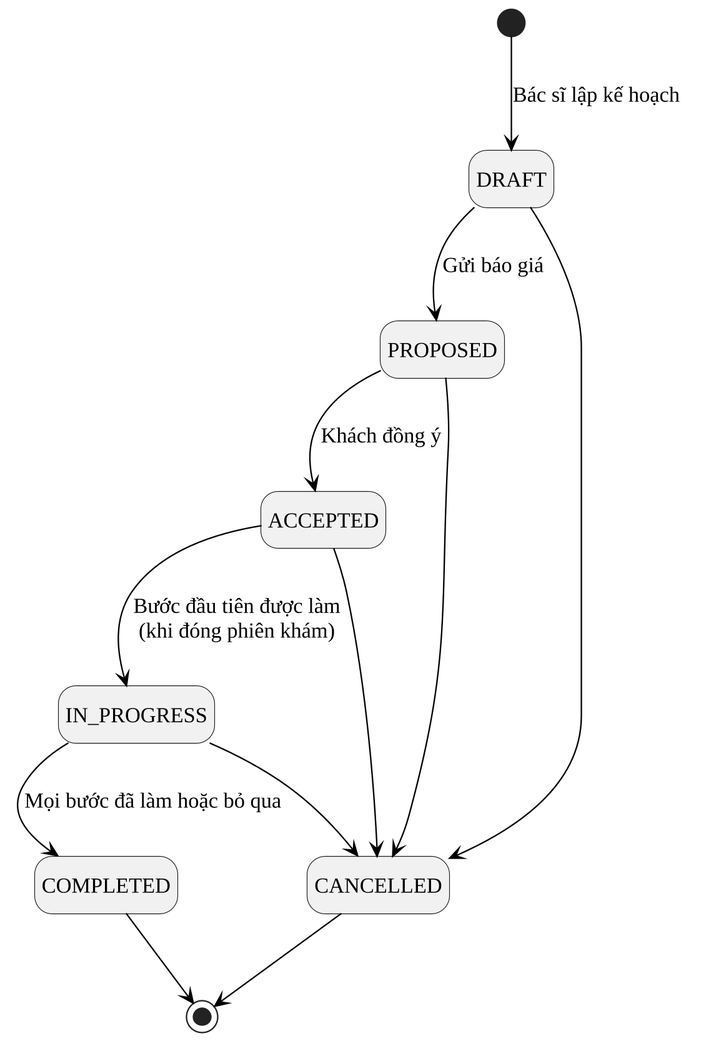
Above: docs/10_Thesis/bao-cao/hinh/3-15-trang-thai-ke-hoach.png in Trantuan0310/dental-clinic-nestjs-react (PlantUML), before the change. The source it was exported from:
```plantuml
@startuml
!include _kieu.iuml
hide empty description
[*] --> DRAFT : Bác sĩ lập kế hoạch
DRAFT --> PROPOSED : Gửi báo giá
PROPOSED --> ACCEPTED : Khách đồng ý
ACCEPTED --> IN_PROGRESS : Bước đầu tiên được làm\n(khi đóng phiên khám)
IN_PROGRESS --> COMPLETED : Mọi bước đã làm hoặc bỏ qua
DRAFT --> CANCELLED
PROPOSED --> CANCELLED
ACCEPTED --> CANCELLED
IN_PROGRESS --> CANCELLED
COMPLETED --> [*]
CANCELLED --> [*]
@enduml
```
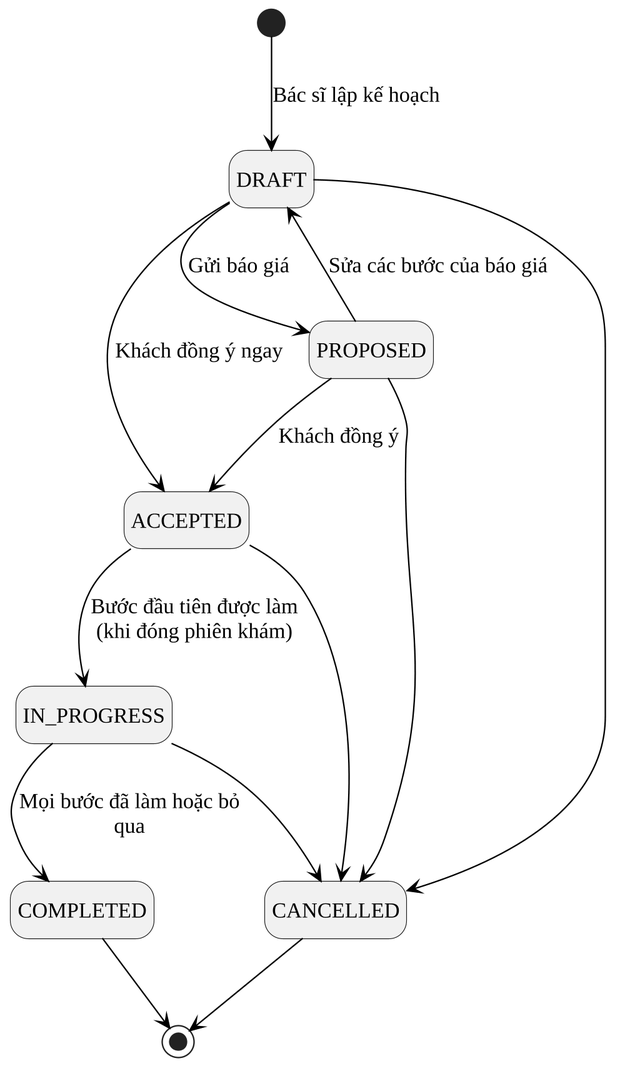
After the commit.

Change to the diagram source:
```diff
@@ -4,6 +4,8 @@
 [*] --> DRAFT : Bác sĩ lập kế hoạch
 DRAFT --> PROPOSED : Gửi báo giá
 PROPOSED --> ACCEPTED : Khách đồng ý
+DRAFT --> ACCEPTED : Khách đồng ý ngay
+PROPOSED --> DRAFT : Sửa các bước của báo giá
 ACCEPTED --> IN_PROGRESS : Bước đầu tiên được làm\n(khi đóng phiên khám)
 IN_PROGRESS --> COMPLETED : Mọi bước đã làm hoặc bỏ qua
 DRAFT --> CANCELLED
```
